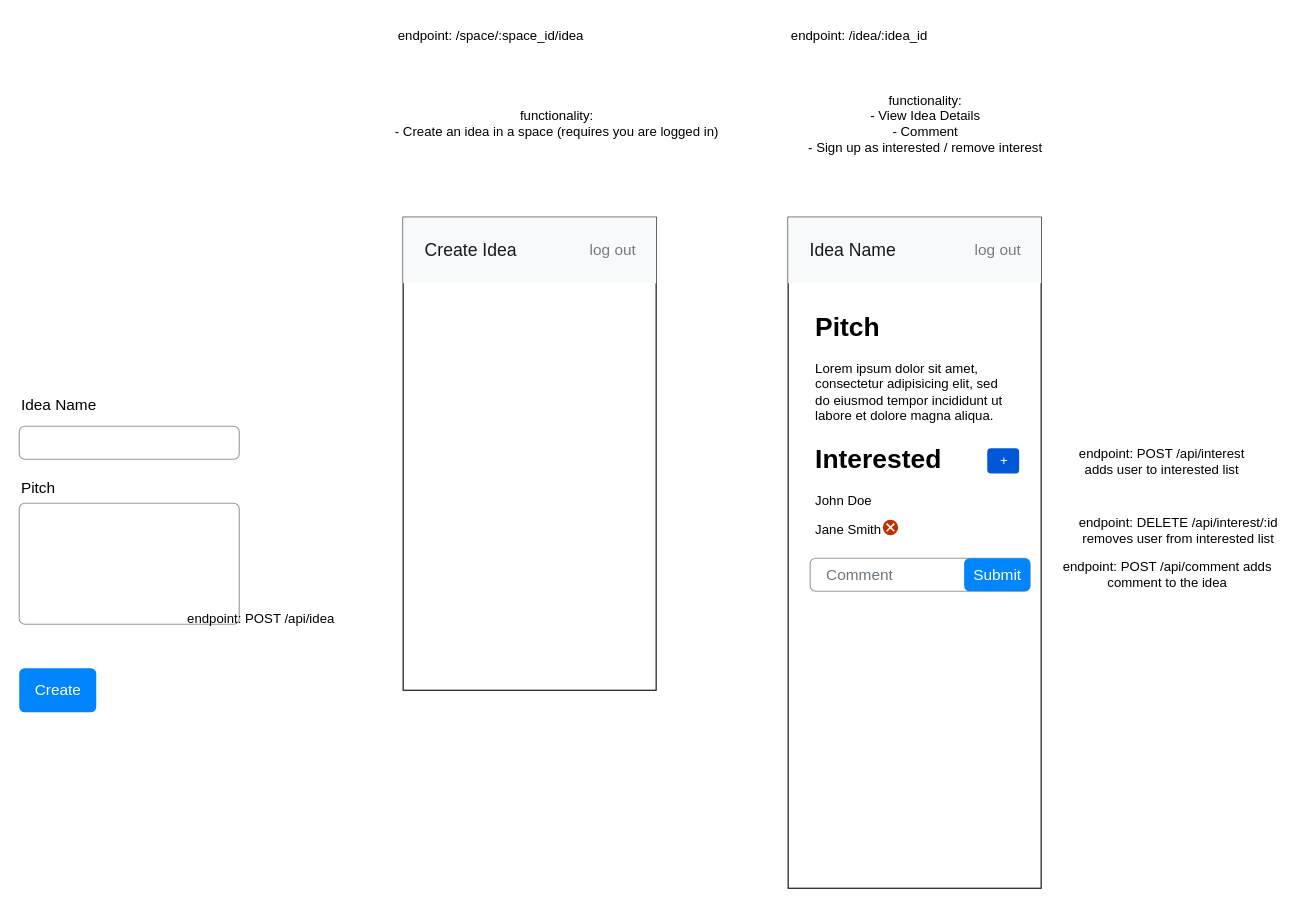
The draw.io diagram docs/idea.drawio in jmichaelbrown8/elevator-pitch, before the edit. Source tidied: cells renumbered, new cells numbered last; positions are measured from the earlier drawing's top-left corner, leaving out a move shared by most shapes. Both pictures are drawn from the tidied source at 110%, with x=0, y=0 at pixel (162, 19).
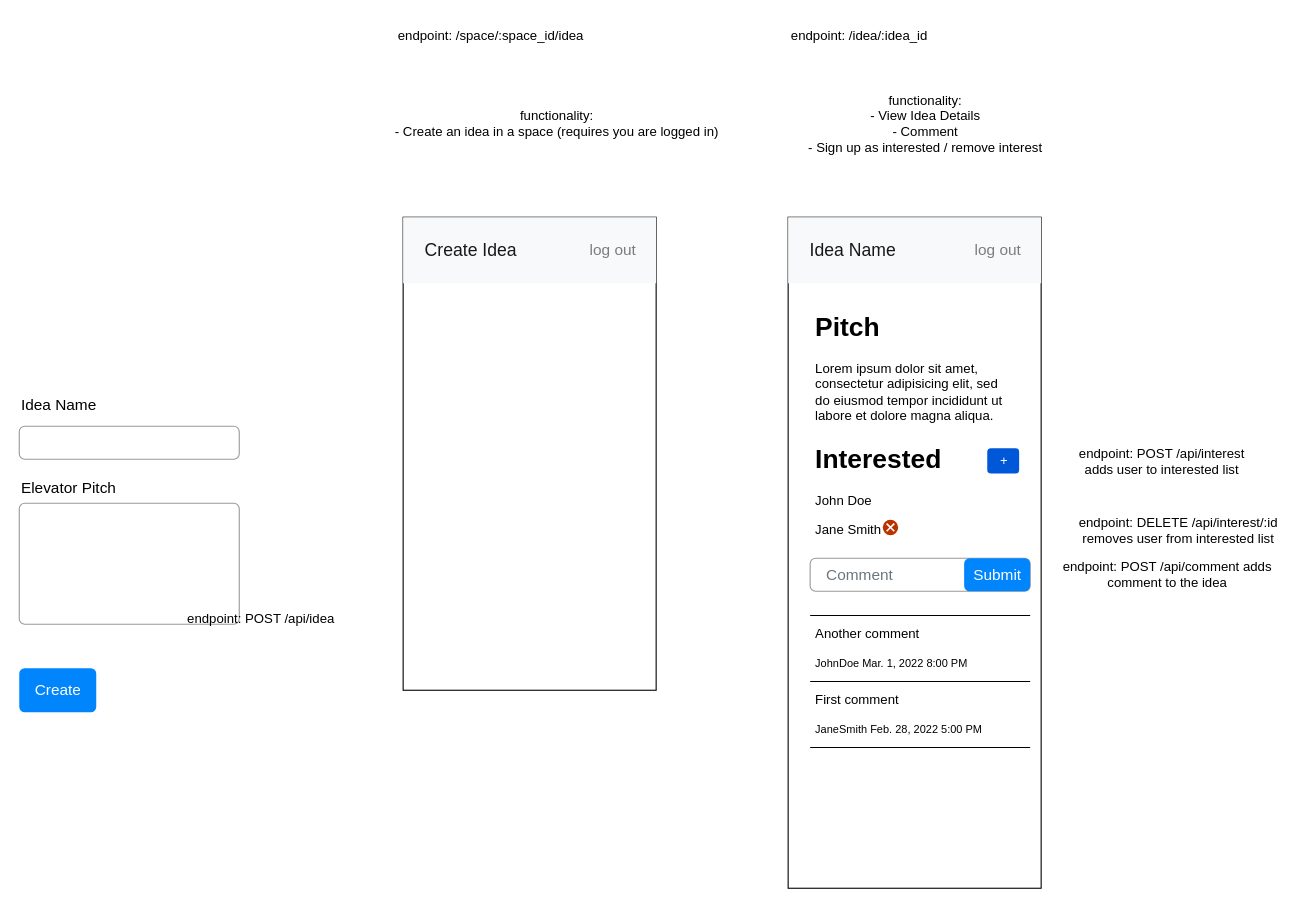
After the change.

What changed in the source:
```diff
@@
-    <mxCell id="16" value="Pitch" style="fillColor=none;strokeColor=none;align=left;fontSize=14;" parent="1" vertex="1">
+    <mxCell id="16" value="Elevator Pitch" style="fillColor=none;strokeColor=none;align=left;fontSize=14;" parent="1" vertex="1">
       <mxGeometry width="260" height="40" relative="1" as="geometry">
         <mxPoint x="-130" y="405" as="offset" />
       </mxGeometry>
     </mxCell>
@@
+    <mxCell id="29" value="&lt;p&gt;&lt;span style=&quot;font-size: 12px ; font-weight: normal&quot;&gt;Another comment&lt;/span&gt;&lt;/p&gt;&lt;p&gt;&lt;span style=&quot;font-size: 10px&quot;&gt;JohnDoe&amp;nbsp;Mar. 1, 2022 8:00 PM&lt;/span&gt;&lt;/p&gt;" style="text;html=1;strokeColor=none;fillColor=none;spacing=5;spacingTop=-20;whiteSpace=wrap;overflow=hidden;rounded=0;" parent="1" vertex="1">
+      <mxGeometry x="589" y="550" width="190" height="90" as="geometry" />
+    </mxCell>
+    <mxCell id="30" value="&lt;p&gt;&lt;span style=&quot;font-size: 12px ; font-weight: normal&quot;&gt;First comment&lt;/span&gt;&lt;/p&gt;&lt;p&gt;&lt;span style=&quot;font-size: 10px&quot;&gt;JaneSmith Feb. 28, 2022 5:00 PM&lt;/span&gt;&lt;/p&gt;" style="text;html=1;strokeColor=none;fillColor=none;spacing=5;spacingTop=-20;whiteSpace=wrap;overflow=hidden;rounded=0;" parent="1" vertex="1">
+      <mxGeometry x="589" y="610" width="190" height="90" as="geometry" />
+    </mxCell>
+    <mxCell id="31" style="line;strokeWidth=1;dashed=0;labelPosition=right;align=left;verticalAlign=middle;spacingTop=0;spacingLeft=6;fontSize=10;" parent="1" vertex="1">
+      <mxGeometry x="589" y="597" width="200" height="10" as="geometry" />
+    </mxCell>
+    <mxCell id="32" style="line;strokeWidth=1;dashed=0;labelPosition=right;align=left;verticalAlign=middle;spacingTop=0;spacingLeft=6;fontSize=10;" parent="1" vertex="1">
+      <mxGeometry x="589" y="537" width="200" height="10" as="geometry" />
+    </mxCell>
+    <mxCell id="33" style="line;strokeWidth=1;dashed=0;labelPosition=right;align=left;verticalAlign=middle;spacingTop=0;spacingLeft=6;fontSize=10;" parent="1" vertex="1">
+      <mxGeometry x="589" y="657" width="200" height="10" as="geometry" />
+    </mxCell>
```
